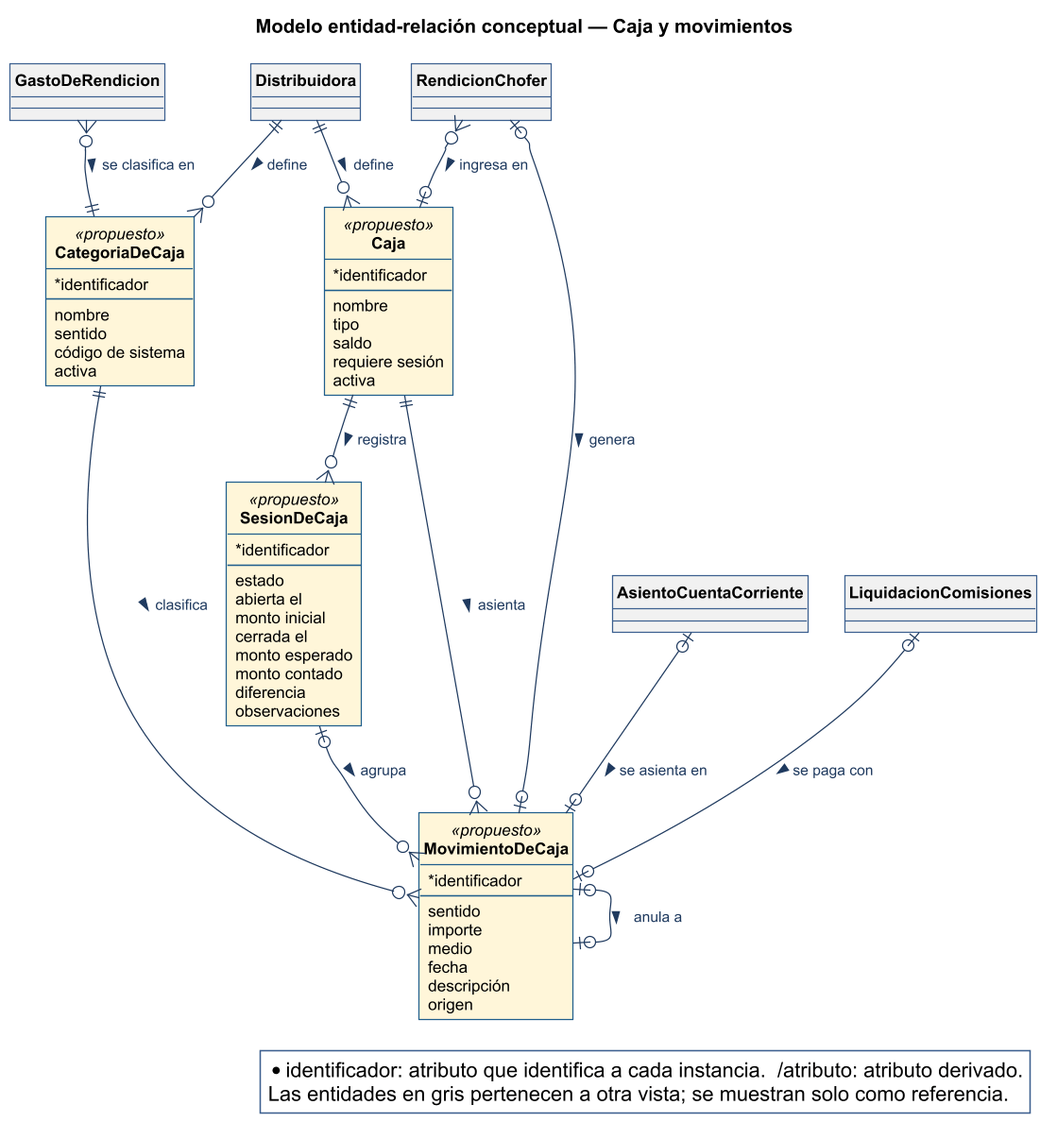
Before: diagramas/base-de-datos/conceptual/SPLG-der-12-caja-y-movimientos.png, a diagram exported from PlantUML (Nahuelito-Dev/splg-docs).
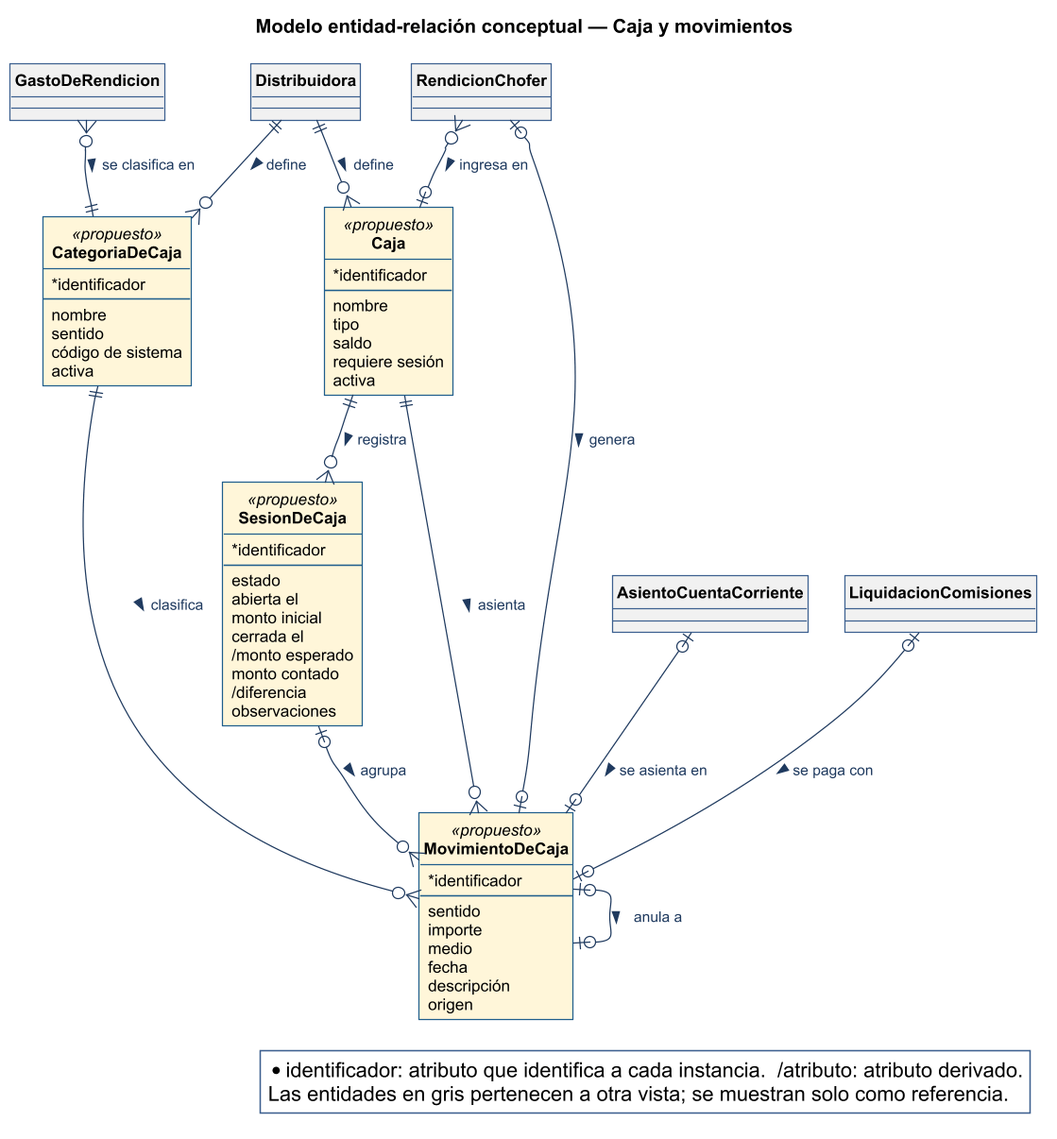
The same file after the commit.

Change to the diagram source:
```diff
@@ -36,9 +36,9 @@
   {field} abierta el
   {field} monto inicial
   {field} cerrada el
-  {field} monto esperado
+  {field} /monto esperado
   {field} monto contado
-  {field} diferencia
+  {field} /diferencia
   {field} observaciones
 }
 entity CategoriaDeCaja <<propuesto>> #FFF6D9;line:1F5E8C {
```
